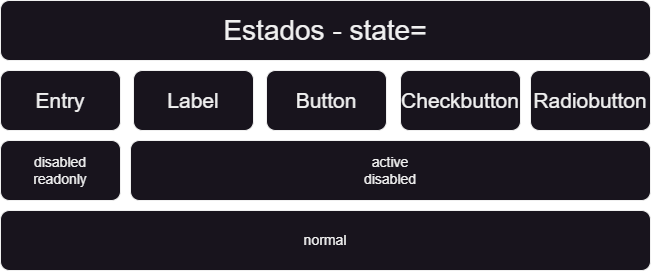
Earlier version of the draw.io export SEPE_Python_Avanzado_PUE/Tema 3 - PCPP1/Apuntes_diagramas/tkinter/Estados de widgets.png (NaveganteGithub/EstudiosPython). Source tidied: cells renumbered, new cells last; positions are measured from the earlier drawing's top-left corner, leaving out a move shared by most shapes. Its diagram source:
```xml
<mxGraphModel>
  <root>
    <mxCell id="0" />
    <mxCell id="1" parent="0" />
    <mxCell id="2" value="Estados - state=" style="rounded=1;whiteSpace=wrap;html=1;fontSize=28;" parent="1" vertex="1">
      <mxGeometry width="650" height="60" as="geometry" />
    </mxCell>
    <mxCell id="3" value="Entry" style="rounded=1;whiteSpace=wrap;html=1;fontSize=21;" parent="1" vertex="1">
      <mxGeometry y="70" width="120" height="60" as="geometry" />
    </mxCell>
    <mxCell id="4" value="Label" style="rounded=1;whiteSpace=wrap;html=1;fontSize=21;" parent="1" vertex="1">
      <mxGeometry x="133" y="70" width="120" height="60" as="geometry" />
    </mxCell>
    <mxCell id="5" value="Button" style="rounded=1;whiteSpace=wrap;html=1;fontSize=21;" parent="1" vertex="1">
      <mxGeometry x="266" y="70" width="120" height="60" as="geometry" />
    </mxCell>
    <mxCell id="6" value="active&lt;br style=&quot;font-size: 14px;&quot;&gt;disabled" style="rounded=1;whiteSpace=wrap;html=1;fontSize=14;" parent="1" vertex="1">
      <mxGeometry x="130" y="140" width="520" height="60" as="geometry" />
    </mxCell>
    <mxCell id="7" value="disabled&lt;br style=&quot;font-size: 14px;&quot;&gt;readonly" style="rounded=1;whiteSpace=wrap;html=1;fontSize=14;" parent="1" vertex="1">
      <mxGeometry y="140" width="120" height="60" as="geometry" />
    </mxCell>
    <mxCell id="8" value="normal" style="rounded=1;whiteSpace=wrap;html=1;fontSize=14;" parent="1" vertex="1">
      <mxGeometry y="210" width="650" height="60" as="geometry" />
    </mxCell>
    <mxCell id="9" value="Checkbutton" style="rounded=1;whiteSpace=wrap;html=1;fontSize=21;" parent="1" vertex="1">
      <mxGeometry x="400" y="70" width="120" height="60" as="geometry" />
    </mxCell>
    <mxCell id="10" value="Radiobutton" style="rounded=1;whiteSpace=wrap;html=1;fontSize=21;" parent="1" vertex="1">
      <mxGeometry x="530" y="70" width="120" height="60" as="geometry" />
    </mxCell>
  </root>
</mxGraphModel>
```
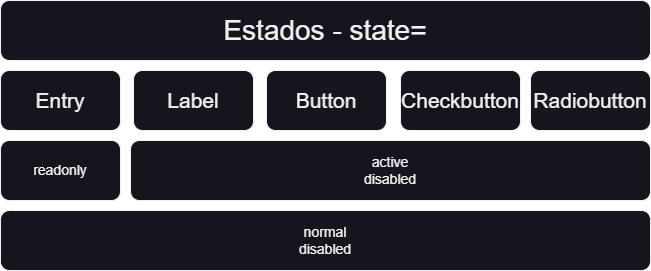
The same diagram one commit later.

Diff of the diagram source:
```diff
@@ -17,10 +17,10 @@
     <mxCell id="6" value="active&lt;br style=&quot;font-size: 14px;&quot;&gt;disabled" style="rounded=1;whiteSpace=wrap;html=1;fontSize=14;" parent="1" vertex="1">
       <mxGeometry x="130" y="140" width="520" height="60" as="geometry" />
     </mxCell>
-    <mxCell id="7" value="disabled&lt;br style=&quot;font-size: 14px;&quot;&gt;readonly" style="rounded=1;whiteSpace=wrap;html=1;fontSize=14;" parent="1" vertex="1">
+    <mxCell id="7" value="readonly" style="rounded=1;whiteSpace=wrap;html=1;fontSize=14;" parent="1" vertex="1">
       <mxGeometry y="140" width="120" height="60" as="geometry" />
     </mxCell>
-    <mxCell id="8" value="normal" style="rounded=1;whiteSpace=wrap;html=1;fontSize=14;" parent="1" vertex="1">
+    <mxCell id="8" value="normal&lt;br&gt;disabled" style="rounded=1;whiteSpace=wrap;html=1;fontSize=14;" parent="1" vertex="1">
       <mxGeometry y="210" width="650" height="60" as="geometry" />
     </mxCell>
     <mxCell id="9" value="Checkbutton" style="rounded=1;whiteSpace=wrap;html=1;fontSize=21;" parent="1" vertex="1">
```
